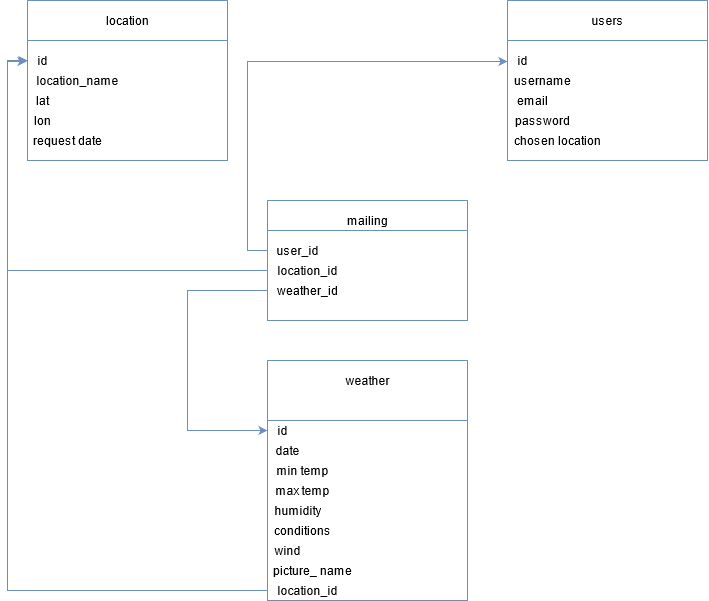
qwerith/Weather-Project keeps this draw.io diagram as Images/db_Scheme.png. Above is the earlier version. Source tidied: cells renumbered, new cells last; positions are measured from the earlier drawing's top-left corner, leaving out a move shared by most shapes.
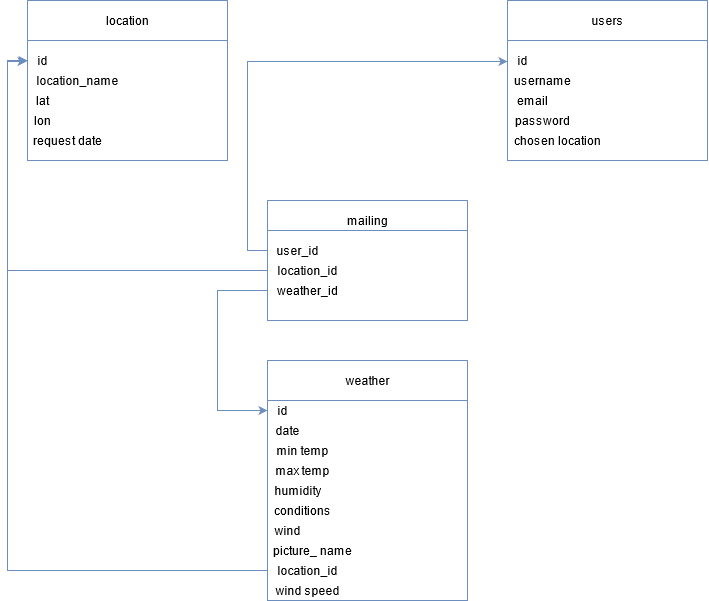
The same diagram one commit later.

What changed in the source:
```diff
@@ -9,32 +9,35 @@
       <mxGeometry x="70" y="10" width="60" height="20" as="geometry" />
     </mxCell>
     <mxCell id="4" value="id" style="text;html=1;align=center;verticalAlign=middle;points=[];strokeColor=none;" parent="2" vertex="1">
-      <mxGeometry y="60" width="30" height="20" as="geometry" />
+      <mxGeometry y="40" width="30" height="20" as="geometry" />
     </mxCell>
     <mxCell id="5" value="min temp" style="text;html=1;align=center;verticalAlign=middle;strokeColor=none;" parent="2" vertex="1">
-      <mxGeometry y="100" width="70" height="20" as="geometry" />
+      <mxGeometry y="80" width="70" height="20" as="geometry" />
     </mxCell>
     <mxCell id="6" value="max temp" style="text;html=1;align=center;verticalAlign=middle;strokeColor=none;" parent="2" vertex="1">
-      <mxGeometry y="120" width="70" height="20" as="geometry" />
+      <mxGeometry y="100" width="70" height="20" as="geometry" />
     </mxCell>
     <mxCell id="7" value="date" style="text;html=1;align=center;verticalAlign=middle;strokeColor=none;" parent="2" vertex="1">
-      <mxGeometry y="80" width="40" height="20" as="geometry" />
+      <mxGeometry y="60" width="40" height="20" as="geometry" />
     </mxCell>
     <mxCell id="8" value="humidity" style="text;html=1;align=center;verticalAlign=middle;strokeColor=none;" parent="2" vertex="1">
-      <mxGeometry y="140" width="60" height="20" as="geometry" />
+      <mxGeometry y="120" width="60" height="20" as="geometry" />
     </mxCell>
     <mxCell id="9" value="conditions" style="text;html=1;align=center;verticalAlign=middle;strokeColor=none;" parent="2" vertex="1">
-      <mxGeometry y="160" width="70" height="20" as="geometry" />
+      <mxGeometry y="140" width="70" height="20" as="geometry" />
     </mxCell>
     <mxCell id="10" value="picture_ name" style="text;html=1;align=center;verticalAlign=middle;strokeColor=none;" parent="2" vertex="1">
-      <mxGeometry y="200" width="90" height="20" as="geometry" />
+      <mxGeometry y="180" width="90" height="20" as="geometry" />
     </mxCell>
     <mxCell id="11" value="wind" style="text;html=1;align=center;verticalAlign=middle;strokeColor=none;" parent="2" vertex="1">
-      <mxGeometry y="180" width="40" height="20" as="geometry" />
+      <mxGeometry y="160" width="40" height="20" as="geometry" />
     </mxCell>
     <mxCell id="12" value="location_id" style="text;html=1;align=center;verticalAlign=middle;points=[];strokeColor=none;" parent="2" vertex="1">
-      <mxGeometry y="220" width="80" height="20" as="geometry" />
+      <mxGeometry y="200" width="80" height="20" as="geometry" />
     </mxCell>
+    <mxCell id="40" value="wind speed" style="text;html=1;align=center;verticalAlign=middle;strokeColor=none;" parent="2" vertex="1">
+      <mxGeometry y="220" width="80" height="20" as="geometry" />
+    </mxCell>
     <mxCell id="13" style="swimlane;startSize=0;fillColor=#dae8fc;strokeColor=#6c8ebf;labelBackgroundColor=#ffffff;" parent="1" vertex="1">
       <mxGeometry x="480" width="200" height="160" as="geometry" />
     </mxCell>
@@ -104,10 +107,12 @@
     <mxCell id="35" style="endArrow=none;html=1;exitX=0;exitY=0.25;exitDx=0;exitDy=0;entryX=1;entryY=0.25;entryDx=0;entryDy=0;fillColor=#dae8fc;strokeColor=#6c8ebf;" parent="1" edge="1" source="30" target="30">
       <mxGeometry relative="1" as="geometry" />
     </mxCell>
-    <mxCell id="36" style="endArrow=none;html=1;exitX=0;exitY=0.25;exitDx=0;exitDy=0;entryX=1;entryY=0.25;entryDx=0;entryDy=0;fillColor=#dae8fc;strokeColor=#6c8ebf;" parent="1" edge="1" source="2" target="2">
+    <mxCell id="36" style="endArrow=none;html=1;fillColor=#dae8fc;strokeColor=#6c8ebf;" parent="1" edge="1">
       <mxGeometry relative="1" as="geometry">
+        <mxPoint x="240" y="400" as="sourcePoint" />
+        <mxPoint x="440" y="400" as="targetPoint" />
         <Array as="points">
-          <mxPoint x="360" y="420" />
+          <mxPoint x="340" y="400" />
         </Array>
       </mxGeometry>
     </mxCell>
@@ -125,8 +130,8 @@
     <mxCell id="39" style="edgeStyle=orthogonalEdgeStyle;rounded=0;jettySize=auto;html=1;fillColor=#dae8fc;strokeColor=#6c8ebf;" parent="1" edge="1" source="33" target="4">
       <mxGeometry relative="1" as="geometry">
         <Array as="points">
-          <mxPoint x="160" y="290" />
-          <mxPoint x="160" y="430" />
+          <mxPoint x="190" y="290" />
+          <mxPoint x="190" y="410" />
         </Array>
       </mxGeometry>
     </mxCell>
```
